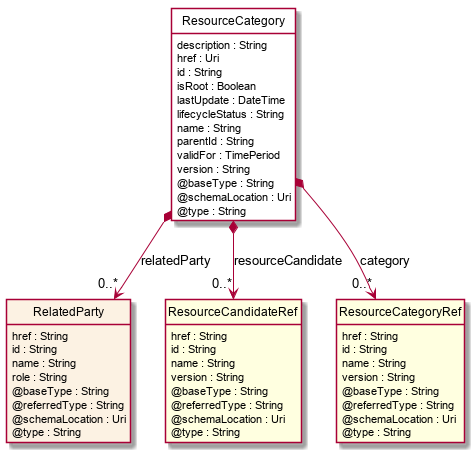
tmforum-apis/Open_Api_And_Data_Model keeps this PlantUML diagram as apis/TMF634_Resource_Catalog/documentation/diagrams/Resource_ResourceCategory.png. Above is the earlier version.
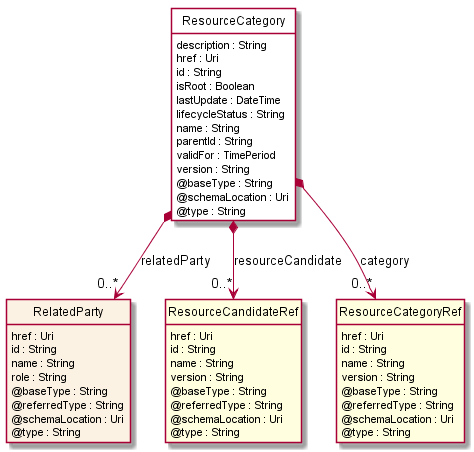
The same diagram one commit later.

The edit, as a diff of the source:
```diff
@@ -27,7 +27,7 @@
 }
 
 class RelatedParty  {
-    href : String
+    href : Uri
     id : String
     name : String
     role : String
@@ -38,7 +38,7 @@
 }
 
 class ResourceCandidateRef  <<Ref>> {
-    href : String
+    href : Uri
     id : String
     name : String
     version : String
@@ -49,7 +49,7 @@
 }
 
 class ResourceCategoryRef  <<Ref>> {
-    href : String
+    href : Uri
     id : String
     name : String
     version : String
```
